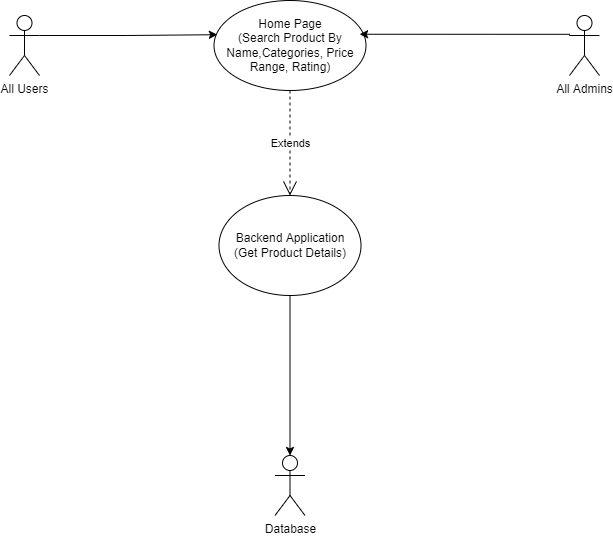
The draw.io diagram Use case diagram/browse.png in mohitleo03/Software-Engineering-Project-Management, before a commit. Source tidied: cells renumbered, new cells last; positions are measured from the earlier drawing's top-left corner, leaving out a move shared by most shapes.
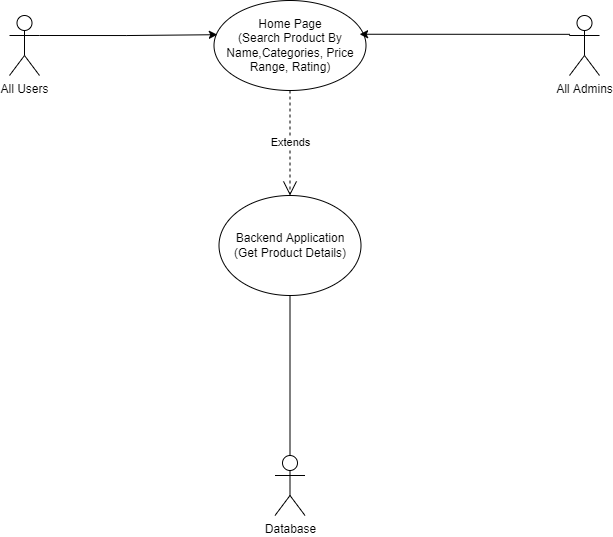
The same file after the commit.

Diff of the diagram source:
```diff
@@ -5,9 +5,6 @@
     <mxCell id="2" value="Home Page&lt;br&gt;(Search Product By Name,Categories, Price Range, Rating)" style="ellipse;whiteSpace=wrap;html=1;" parent="1" vertex="1">
       <mxGeometry x="204.5" width="152" height="90" as="geometry" />
     </mxCell>
-    <mxCell id="3" style="edgeStyle=orthogonalEdgeStyle;rounded=0;jettySize=auto;html=1;exitX=0.5;exitY=1;exitDx=0;exitDy=0;entryX=0.5;entryY=0;entryDx=0;entryDy=0;entryPerimeter=0;" parent="1" edge="1" source="4" target="9">
-      <mxGeometry relative="1" as="geometry" />
-    </mxCell>
     <mxCell id="4" value="Backend Application&lt;br&gt;(Get Product Details)" style="ellipse;whiteSpace=wrap;html=1;" parent="1" vertex="1">
       <mxGeometry x="209.5" y="195" width="142" height="100" as="geometry" />
     </mxCell>
@@ -33,5 +30,8 @@
     <mxCell id="10" value="Extends" style="endArrow=open;endSize=12;dashed=1;html=1;rounded=0;exitX=0.5;exitY=1;exitDx=0;exitDy=0;entryX=0.5;entryY=0;entryDx=0;entryDy=0;" parent="1" edge="1" source="2" target="4">
       <mxGeometry relative="1" as="geometry" />
     </mxCell>
+    <mxCell id="11" style="endArrow=none;html=1;rounded=0;exitX=0.5;exitY=0;exitDx=0;exitDy=0;exitPerimeter=0;entryX=0.5;entryY=1;entryDx=0;entryDy=0;" parent="1" edge="1" source="9" target="4">
+      <mxGeometry relative="1" as="geometry" />
+    </mxCell>
   </root>
 </mxGraphModel>
```
